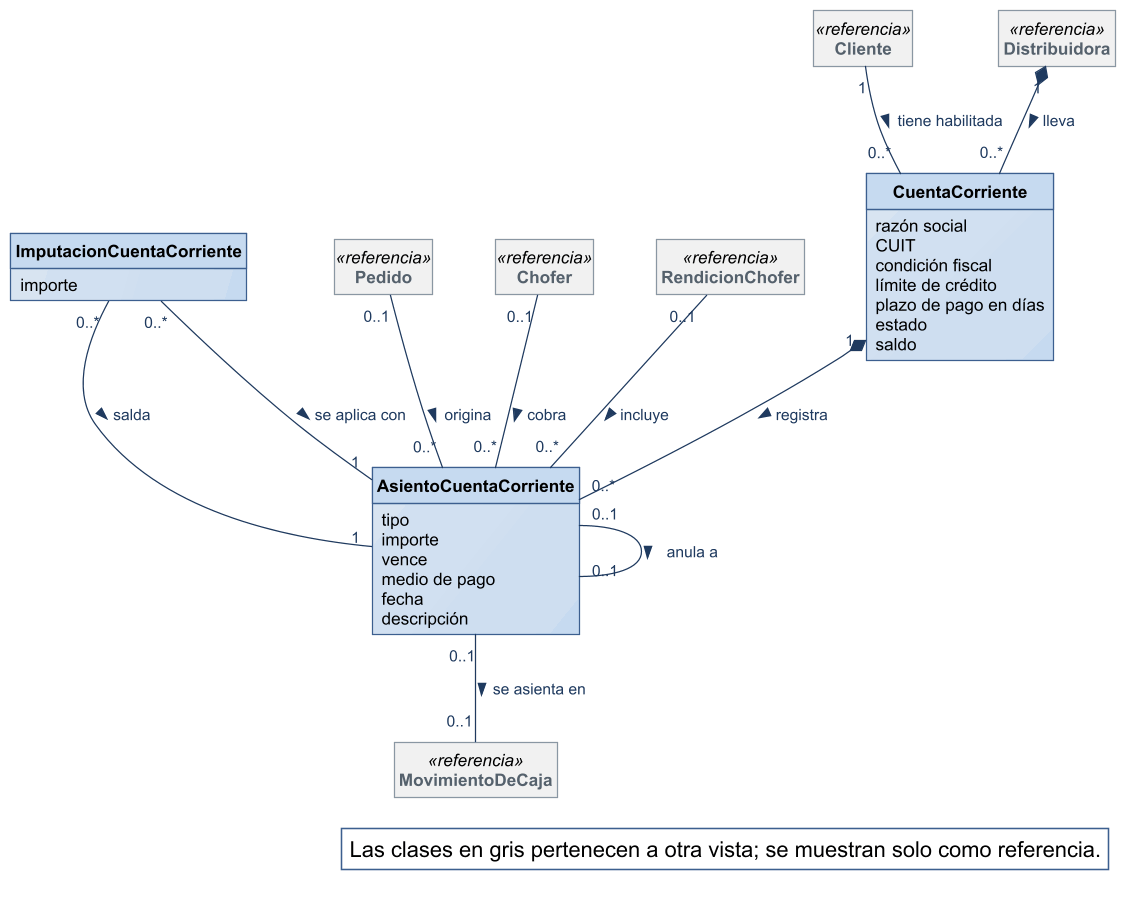
Above: diagramas/modelo-conceptual/MC_Cuentas-corrientes.png in Nahuelito-Dev/splg-docs (PlantUML), before the change.
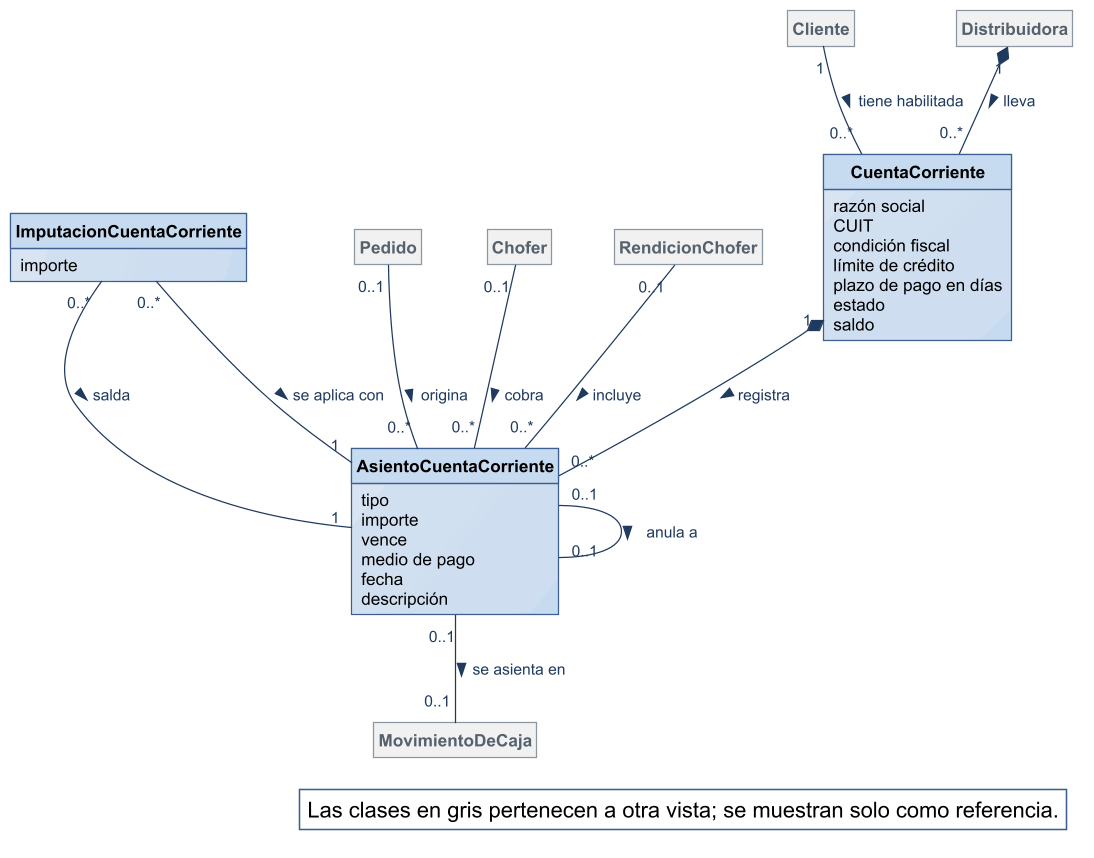
Above is the later version.

Change to the diagram source:
```diff
@@ -2,11 +2,6 @@
 !include ../estilo-vp.iuml
 skinparam nodesep 40
 skinparam ranksep 55
-skinparam class<<referencia>> {
-  BackgroundColor #F1F1F1
-  BorderColor #8A97A3
-  FontColor #55616C
-}
 skinparam packageStyle rectangle
 hide circle
 hide methods
@@ -32,12 +27,12 @@
 class ImputacionCuentaCorriente {
   importe
 }
-class Cliente <<referencia>>
-class Distribuidora <<referencia>>
-class Pedido <<referencia>>
-class MovimientoDeCaja <<referencia>>
-class Chofer <<referencia>>
-class RendicionChofer <<referencia>>
+class Cliente #F1F1F1;line:8A97A3;text:55616C
+class Distribuidora #F1F1F1;line:8A97A3;text:55616C
+class Pedido #F1F1F1;line:8A97A3;text:55616C
+class MovimientoDeCaja #F1F1F1;line:8A97A3;text:55616C
+class Chofer #F1F1F1;line:8A97A3;text:55616C
+class RendicionChofer #F1F1F1;line:8A97A3;text:55616C
 
 
 Distribuidora "1" *-- "0..*" CuentaCorriente : lleva >
```
